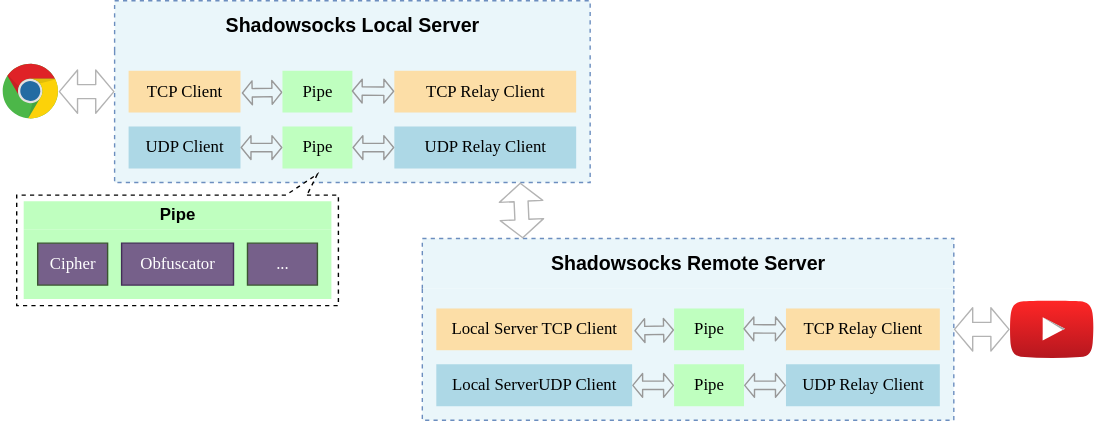
Earlier version of the draw.io export ssarch.svg (shadowsocks/Shadowsocks-Net). Source tidied: cells renumbered, new cells last; positions are measured from the earlier drawing's top-left corner, leaving out a move shared by most shapes.
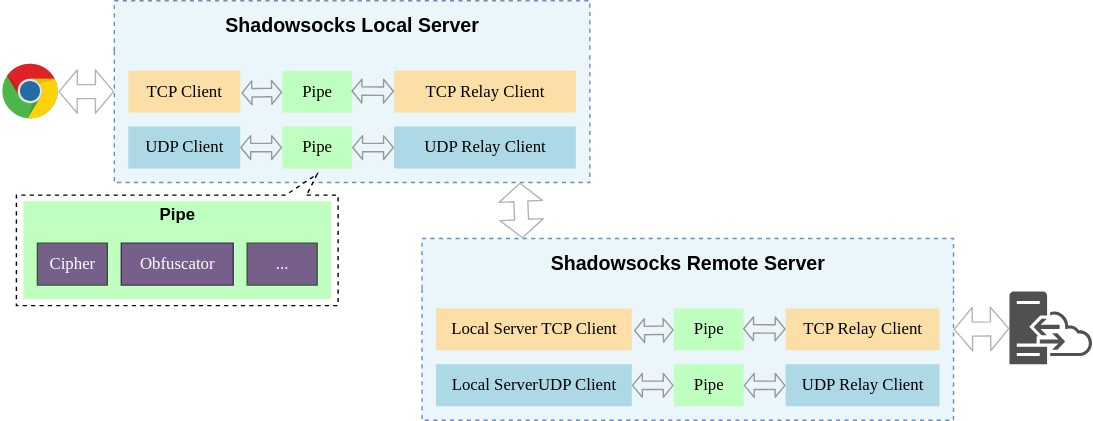
After the commit.

Diff of the diagram source:
```diff
@@ -78,11 +78,10 @@
     <mxCell id="25" style="dashed=0;outlineConnect=0;html=1;align=center;labelPosition=center;verticalLabelPosition=bottom;verticalAlign=top;shape=mxgraph.weblogos.chrome;strokeWidth=2;fillColor=#bfffbf;fontFamily=Simson;fontSize=14;" parent="1" vertex="1">
       <mxGeometry y="45" width="40" height="40" as="geometry" />
     </mxCell>
-    <mxCell id="26" style="dashed=0;outlineConnect=0;html=1;align=center;labelPosition=center;verticalLabelPosition=bottom;verticalAlign=top;shape=mxgraph.weblogos.youtube_2;fillColor=#FF2626;gradientColor=#B5171F;strokeWidth=2;fontFamily=Simson;fontSize=14;" parent="1" vertex="1">
-      <mxGeometry x="720" y="214.4" width="60" height="41.3" as="geometry" />
-    </mxCell>
-    <mxCell id="27" style="shape=flexArrow;endArrow=classic;startArrow=classic;html=1;strokeColor=#B3B3B3;strokeWidth=1;fontFamily=Simson;fontSize=14;entryX=1;entryY=0.5;entryDx=0;entryDy=0;startSize=4;endSize=4;" parent="1" edge="1" source="26" target="2">
-      <mxGeometry relative="1" as="geometry" />
+    <mxCell id="27" style="shape=flexArrow;endArrow=classic;startArrow=classic;html=1;strokeColor=#B3B3B3;strokeWidth=1;fontFamily=Simson;fontSize=14;startSize=4;endSize=4;" parent="1" edge="1" source="34">
+      <mxGeometry relative="1" as="geometry">
+        <mxPoint x="680" y="235" as="targetPoint" />
+      </mxGeometry>
     </mxCell>
     <mxCell id="28" style="shape=flexArrow;endArrow=classic;startArrow=classic;html=1;strokeColor=#B3B3B3;strokeWidth=1;fontFamily=Simson;fontSize=14;startSize=4;endSize=4;exitX=0;exitY=0.5;exitDx=0;exitDy=0;" parent="1" edge="1" source="13" target="25">
       <mxGeometry relative="1" as="geometry" />
@@ -102,5 +101,8 @@
     <mxCell id="33" value="..." style="verticalLabelPosition=middle;verticalAlign=middle;html=1;shape=mxgraph.basic.rect;fillColor2=none;strokeWidth=1;size=20;indent=5;rounded=1;fillColor=#76608A;strokeColor=#3A5431;labelPosition=center;align=center;fontFamily=Simson;fontColor=#ffffff;" parent="30" vertex="1">
       <mxGeometry x="160" y="30" width="50" height="30" as="geometry" />
     </mxCell>
+    <mxCell id="34" style="shadow=0;dashed=0;html=1;strokeColor=none;fillColor=#505050;labelPosition=center;verticalLabelPosition=bottom;verticalAlign=top;outlineConnect=0;align=center;shape=mxgraph.office.servers.hybrid_server;" parent="1" vertex="1">
+      <mxGeometry x="720" y="208" width="59" height="52" as="geometry" />
+    </mxCell>
   </root>
 </mxGraphModel>
```
